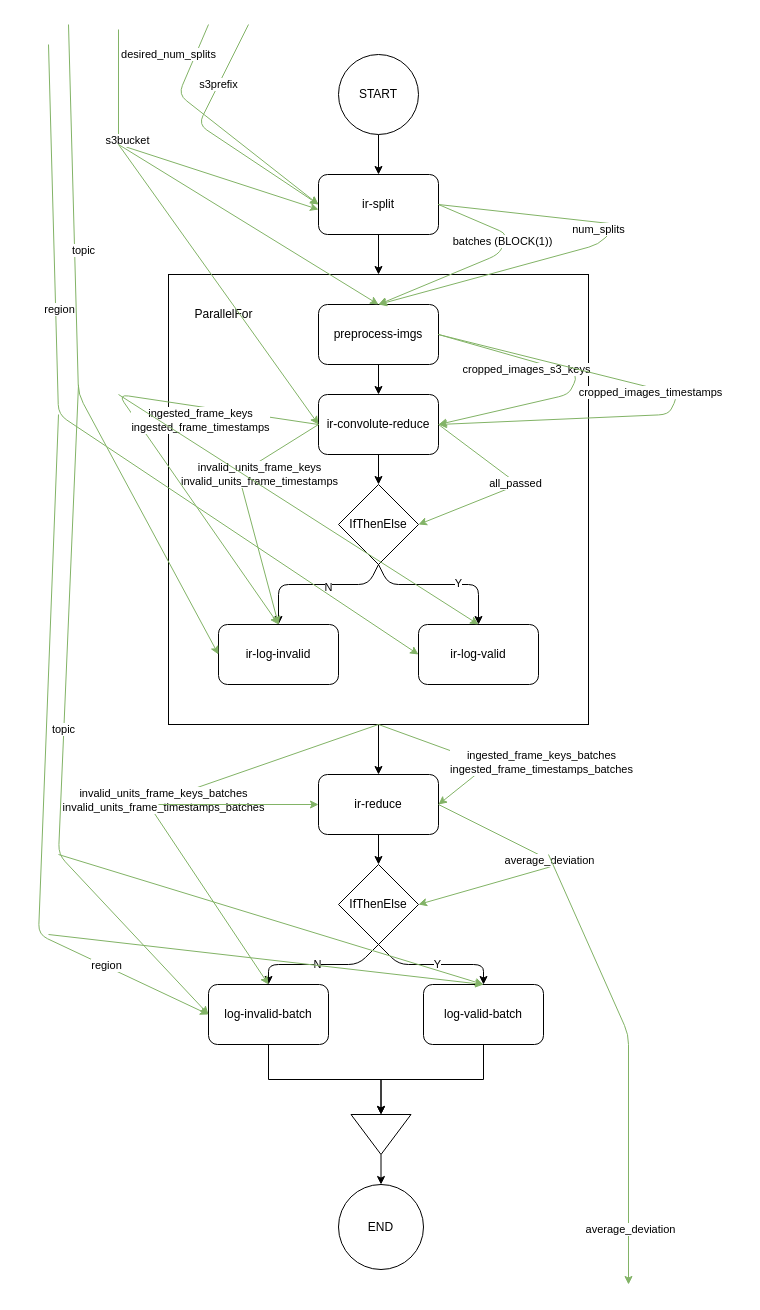
Before: diagrams/ir.drawio in gipfelen/Image-Convolution, a draw.io diagram. Source tidied: cells renumbered, new cells numbered last; positions are measured from the earlier drawing's top-left corner, leaving out a move shared by most shapes. Both pictures are drawn from the tidied source at 100%, with x=0, y=0 at pixel (38, 24).
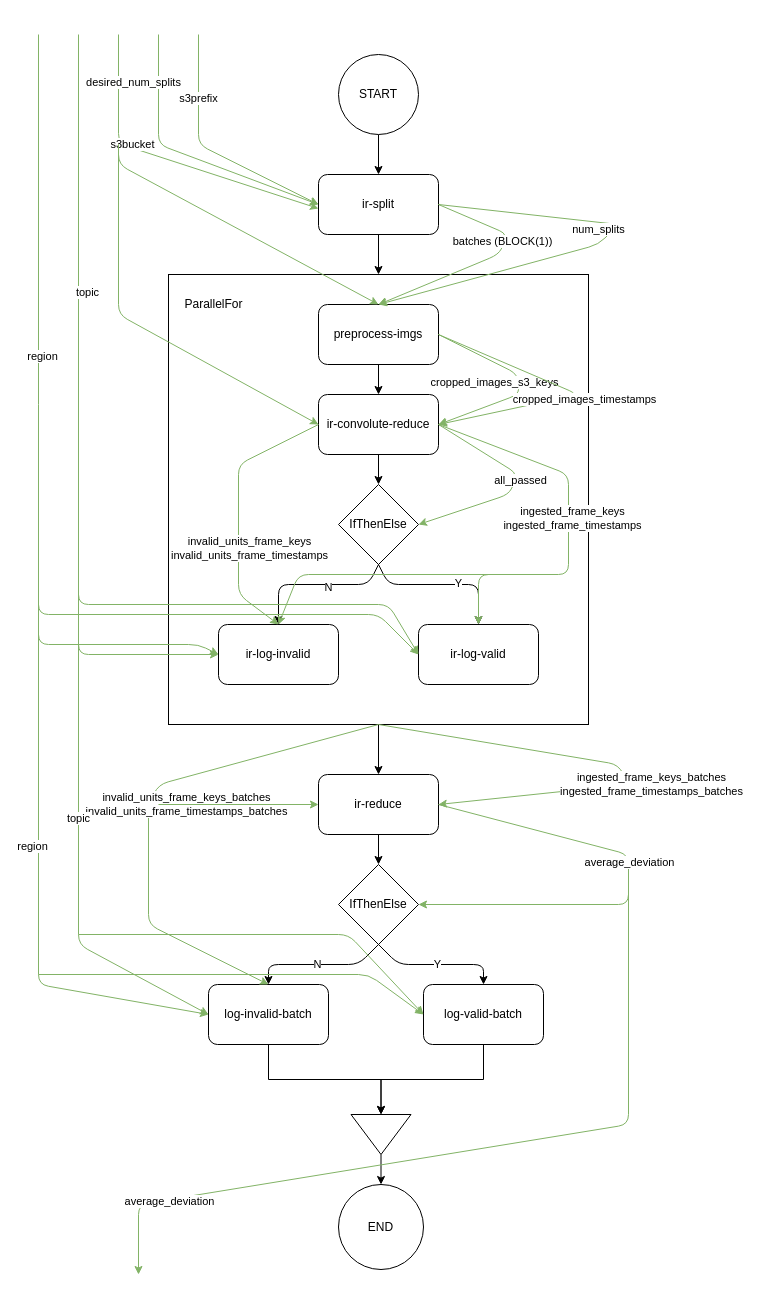
The same diagram, later.

Unchanged cells that the change refers to:
```xml
<mxCell id="3" style="rounded=0;whiteSpace=wrap;html=1;" parent="1" vertex="1">
  <mxGeometry x="130" y="250" width="420" height="450" as="geometry" />
</mxCell>
<mxCell id="7" value="preprocess-imgs" style="rounded=1;whiteSpace=wrap;html=1;" parent="1" vertex="1">
  <mxGeometry x="280" y="280" width="120" height="60" as="geometry" />
</mxCell>
<mxCell id="8" value="ir-log-invalid" style="rounded=1;whiteSpace=wrap;html=1;" parent="1" vertex="1">
  <mxGeometry x="180" y="600" width="120" height="60" as="geometry" />
</mxCell>
<mxCell id="10" value="ir-reduce" style="rounded=1;whiteSpace=wrap;html=1;" parent="1" vertex="1">
  <mxGeometry x="280" y="750" width="120" height="60" as="geometry" />
</mxCell>
<mxCell id="12" value="IfThenElse" style="rhombus;whiteSpace=wrap;html=1;" parent="1" vertex="1">
  <mxGeometry x="300" y="460" width="80" height="80" as="geometry" />
</mxCell>
<mxCell id="13" value="ir-log-valid" style="rounded=1;whiteSpace=wrap;html=1;" parent="1" vertex="1">
  <mxGeometry x="380" y="600" width="120" height="60" as="geometry" />
</mxCell>
<mxCell id="19" value="ir-split" style="rounded=1;whiteSpace=wrap;html=1;" parent="1" vertex="1">
  <mxGeometry x="280" y="150" width="120" height="60" as="geometry" />
</mxCell>
<mxCell id="22" value="ir-convolute-reduce" style="rounded=1;whiteSpace=wrap;html=1;" parent="1" vertex="1">
  <mxGeometry x="280" y="370" width="120" height="60" as="geometry" />
</mxCell>
<mxCell id="23" value="IfThenElse" style="rhombus;whiteSpace=wrap;html=1;" parent="1" vertex="1">
  <mxGeometry x="300" y="840" width="80" height="80" as="geometry" />
</mxCell>
<mxCell id="25" value="log-valid-batch" style="rounded=1;whiteSpace=wrap;html=1;" parent="1" vertex="1">
  <mxGeometry x="385" y="960" width="120" height="60" as="geometry" />
</mxCell>
<mxCell id="27" value="log-invalid-batch" style="rounded=1;whiteSpace=wrap;html=1;" parent="1" vertex="1">
  <mxGeometry x="170" y="960" width="120" height="60" as="geometry" />
</mxCell>
```

The edit, as a diff of the source:
```diff
@@
     <mxCell id="20" value="ParallelFor" style="text;html=1;align=center;verticalAlign=middle;" parent="1" vertex="1">
-      <mxGeometry x="150" y="280" width="70" height="20" as="geometry" />
+      <mxGeometry x="140" y="270" width="70" height="20" as="geometry" />
     </mxCell>
@@
-    <mxCell id="31" style="triangle;whiteSpace=wrap;html=1;rotation=90;" parent="1" vertex="1">
-      <mxGeometry x="322.5" y="1080" width="40" height="60" as="geometry" />
-    </mxCell>
     <mxCell id="32" value="s3bucket" style="endArrow=classic;html=1;entryX=0;entryY=0.5;entryDx=0;entryDy=0;fillColor=#d5e8d4;strokeColor=#82b366;" parent="1" edge="1">
-      <mxGeometry x="-0.32" y="9" relative="1" as="geometry">
-        <mxPoint x="80" y="5" as="sourcePoint" />
-        <mxPoint x="280" y="185" as="targetPoint" />
+      <mxGeometry x="-0.23" y="3" relative="1" as="geometry">
+        <mxPoint x="80" y="10" as="sourcePoint" />
+        <mxPoint x="280" y="184" as="targetPoint" />
         <Array as="points">
-          <mxPoint x="80" y="120" />
+          <mxPoint x="80" y="119" />
         </Array>
       </mxGeometry>
     </mxCell>
     <mxCell id="33" value="desired_num_splits" style="endArrow=classic;html=1;entryX=0;entryY=0.5;entryDx=0;entryDy=0;fillColor=#d5e8d4;strokeColor=#82b366;" parent="1" edge="1" target="19">
       <mxGeometry x="-0.66" y="-25" relative="1" as="geometry">
-        <mxPoint x="170" as="sourcePoint" />
+        <mxPoint x="120" y="10" as="sourcePoint" />
         <Array as="points">
-          <mxPoint x="140" y="70" />
+          <mxPoint x="120" y="120" />
         </Array>
       </mxGeometry>
     </mxCell>
     <mxCell id="34" style="endArrow=classic;html=1;entryX=0;entryY=0.5;entryDx=0;entryDy=0;fillColor=#d5e8d4;strokeColor=#82b366;" parent="1" edge="1" target="19">
       <mxGeometry relative="1" as="geometry">
-        <mxPoint x="210" as="sourcePoint" />
+        <mxPoint x="160" y="10" as="sourcePoint" />
         <Array as="points">
-          <mxPoint x="160" y="100" />
+          <mxPoint x="160" y="120" />
         </Array>
       </mxGeometry>
     </mxCell>
@@
     <mxCell id="40" style="endArrow=classic;html=1;entryX=0.5;entryY=0;entryDx=0;entryDy=0;fillColor=#d5e8d4;strokeColor=#82b366;" parent="1" edge="1" target="7">
       <mxGeometry relative="1" as="geometry">
         <mxPoint x="80" y="120" as="sourcePoint" />
+        <Array as="points">
+          <mxPoint x="80" y="140" />
+        </Array>
       </mxGeometry>
     </mxCell>
     <mxCell id="41" style="endArrow=classic;html=1;entryX=0;entryY=0.5;entryDx=0;entryDy=0;fillColor=#d5e8d4;strokeColor=#82b366;" parent="1" edge="1" target="22">
       <mxGeometry relative="1" as="geometry">
         <mxPoint x="80" y="120" as="sourcePoint" />
+        <Array as="points">
+          <mxPoint x="80" y="290" />
+        </Array>
       </mxGeometry>
     </mxCell>
     <mxCell id="42" style="endArrow=classic;html=1;exitX=1;exitY=0.5;exitDx=0;exitDy=0;entryX=1;entryY=0.5;entryDx=0;entryDy=0;fillColor=#d5e8d4;strokeColor=#82b366;" parent="1" edge="1" source="7" target="22">
       <mxGeometry relative="1" as="geometry">
         <Array as="points">
-          <mxPoint x="540" y="350" />
-          <mxPoint x="530" y="370" />
+          <mxPoint x="480" y="350" />
+          <mxPoint x="480" y="370" />
         </Array>
       </mxGeometry>
     </mxCell>
     <mxCell id="43" value="cropped_images_s3_keys" style="edgeLabel;html=1;align=center;verticalAlign=middle;" parent="42" vertex="1">
       <mxGeometry x="-0.39" y="-2" relative="1" as="geometry">
-        <mxPoint y="7" as="offset" />
+        <mxPoint x="4" y="19" as="offset" />
       </mxGeometry>
     </mxCell>
     <mxCell id="44" style="endArrow=classic;html=1;exitX=1;exitY=0.5;exitDx=0;exitDy=0;entryX=1;entryY=0.5;entryDx=0;entryDy=0;fillColor=#d5e8d4;strokeColor=#82b366;" parent="1" edge="1" source="7" target="22">
       <mxGeometry relative="1" as="geometry">
         <Array as="points">
-          <mxPoint x="640" y="370" />
-          <mxPoint x="630" y="390" />
+          <mxPoint x="540" y="370" />
         </Array>
       </mxGeometry>
     </mxCell>
     <mxCell id="45" value="cropped_images_timestamps" style="edgeLabel;html=1;align=center;verticalAlign=middle;" parent="44" vertex="1">
       <mxGeometry x="-0.39" y="-2" relative="1" as="geometry">
-        <mxPoint x="65" y="19" as="offset" />
+        <mxPoint x="64" y="27" as="offset" />
       </mxGeometry>
     </mxCell>
     <mxCell id="46" style="endArrow=classic;html=1;exitX=1;exitY=0.5;exitDx=0;exitDy=0;fillColor=#d5e8d4;strokeColor=#82b366;entryX=1;entryY=0.5;entryDx=0;entryDy=0;" parent="1" edge="1" source="22" target="12">
       <mxGeometry relative="1" as="geometry">
         <Array as="points">
-          <mxPoint x="480" y="460" />
+          <mxPoint x="480" y="450" />
+          <mxPoint x="470" y="470" />
         </Array>
       </mxGeometry>
     </mxCell>
@@
     <mxCell id="48" value="topic" style="endArrow=classic;html=1;fillColor=#d5e8d4;strokeColor=#82b366;entryX=0;entryY=0.5;entryDx=0;entryDy=0;" parent="1" edge="1" target="8">
       <mxGeometry x="-0.32" y="9" relative="1" as="geometry">
-        <mxPoint x="30" as="sourcePoint" />
+        <mxPoint x="40" y="10" as="sourcePoint" />
         <Array as="points">
-          <mxPoint x="40" y="370" />
+          <mxPoint x="40" y="550" />
+          <mxPoint x="40" y="630" />
         </Array>
       </mxGeometry>
     </mxCell>
     <mxCell id="49" value="region" style="endArrow=classic;html=1;fillColor=#d5e8d4;strokeColor=#82b366;entryX=0;entryY=0.5;entryDx=0;entryDy=0;" parent="1" edge="1" target="13">
       <mxGeometry x="-0.34" y="4" relative="1" as="geometry">
-        <mxPoint x="10" y="20" as="sourcePoint" />
+        <mxPoint y="10" as="sourcePoint" />
         <Array as="points">
-          <mxPoint x="20" y="390" />
+          <mxPoint y="390" />
+          <mxPoint y="590" />
+          <mxPoint x="340" y="590" />
         </Array>
       </mxGeometry>
     </mxCell>
-    <mxCell id="50" style="endArrow=classic;html=1;exitX=0;exitY=0.5;exitDx=0;exitDy=0;fillColor=#d5e8d4;strokeColor=#82b366;entryX=0.5;entryY=0;entryDx=0;entryDy=0;" parent="1" edge="1" source="22" target="8">
+    <mxCell id="50" style="endArrow=classic;html=1;exitX=1;exitY=0.5;exitDx=0;exitDy=0;fillColor=#d5e8d4;strokeColor=#82b366;entryX=0.5;entryY=0;entryDx=0;entryDy=0;" parent="1" edge="1" source="22" target="8">
       <mxGeometry relative="1" as="geometry">
         <Array as="points">
-          <mxPoint x="200" y="450" />
+          <mxPoint x="530" y="450" />
+          <mxPoint x="530" y="550" />
+          <mxPoint x="260" y="550" />
         </Array>
       </mxGeometry>
     </mxCell>
-    <mxCell id="51" value="invalid_units_frame_keys&lt;br&gt;invalid_units_frame_timestamps" style="edgeLabel;html=1;align=center;verticalAlign=middle;" parent="50" vertex="1">
+    <mxCell id="51" value="ingested_frame_keys&lt;br&gt;ingested_frame_timestamps" style="edgeLabel;html=1;align=center;verticalAlign=middle;" parent="50" vertex="1">
       <mxGeometry x="-0.39" y="-2" relative="1" as="geometry">
         <mxPoint x="5.9" y="11.2" as="offset" />
       </mxGeometry>
     </mxCell>
     <mxCell id="52" style="endArrow=classic;html=1;exitX=0;exitY=0.5;exitDx=0;exitDy=0;fillColor=#d5e8d4;strokeColor=#82b366;entryX=0.5;entryY=0;entryDx=0;entryDy=0;" parent="1" edge="1" source="22" target="8">
       <mxGeometry relative="1" as="geometry">
         <Array as="points">
-          <mxPoint x="80" y="370" />
+          <mxPoint x="200" y="440" />
+          <mxPoint x="200" y="570" />
         </Array>
       </mxGeometry>
     </mxCell>
-    <mxCell id="53" value="ingested_frame_keys&lt;br&gt;ingested_frame_timestamps" style="edgeLabel;html=1;align=center;verticalAlign=middle;" parent="52" vertex="1">
+    <mxCell id="53" value="invalid_units_frame_keys&lt;br&gt;invalid_units_frame_timestamps" style="edgeLabel;html=1;align=center;verticalAlign=middle;" parent="52" vertex="1">
       <mxGeometry x="-0.39" y="-2" relative="1" as="geometry">
-        <mxPoint x="27" y="19" as="offset" />
+        <mxPoint x="5" y="89" as="offset" />
       </mxGeometry>
     </mxCell>
-    <mxCell id="54" style="endArrow=classic;html=1;entryX=0.5;entryY=0;entryDx=0;entryDy=0;fillColor=#d5e8d4;strokeColor=#82b366;" parent="1" edge="1" target="13">
-      <mxGeometry relative="1" as="geometry">
-        <mxPoint x="80" y="370" as="sourcePoint" />
-      </mxGeometry>
-    </mxCell>
     <mxCell id="55" style="endArrow=classic;html=1;exitX=1;exitY=0.5;exitDx=0;exitDy=0;entryX=1;entryY=0.5;entryDx=0;entryDy=0;fillColor=#d5e8d4;strokeColor=#82b366;" parent="1" edge="1" source="10" target="23">
       <mxGeometry relative="1" as="geometry">
         <Array as="points">
-          <mxPoint x="520" y="840" />
+          <mxPoint x="590" y="830" />
+          <mxPoint x="590" y="880" />
         </Array>
       </mxGeometry>
     </mxCell>
     <mxCell id="56" value="average_deviation" style="edgeLabel;html=1;align=center;verticalAlign=middle;" parent="55" vertex="1">
-      <mxGeometry x="-0.12" relative="1" as="geometry" />
+      <mxGeometry x="-0.12" relative="1" as="geometry">
+        <mxPoint y="3" as="offset" />
+      </mxGeometry>
     </mxCell>
     <mxCell id="57" style="endArrow=classic;html=1;exitX=0.5;exitY=1;exitDx=0;exitDy=0;fillColor=#d5e8d4;strokeColor=#82b366;" parent="1" edge="1" source="3">
       <mxGeometry relative="1" as="geometry">
         <mxPoint x="230" y="960" as="targetPoint" />
         <Array as="points">
+          <mxPoint x="120" y="760" />
           <mxPoint x="110" y="780" />
+          <mxPoint x="110" y="900" />
         </Array>
       </mxGeometry>
     </mxCell>
     <mxCell id="58" value="invalid_units_frame_keys_batches&lt;br&gt;invalid_units_frame_timestamps_batches" style="edgeLabel;html=1;align=center;verticalAlign=middle;" parent="57" vertex="1">
-      <mxGeometry x="-0.01" y="1" relative="1" as="geometry" />
+      <mxGeometry x="-0.01" y="1" relative="1" as="geometry">
+        <mxPoint x="36" as="offset" />
+      </mxGeometry>
     </mxCell>
     <mxCell id="59" style="endArrow=classic;html=1;entryX=0;entryY=0.5;entryDx=0;entryDy=0;fillColor=#d5e8d4;strokeColor=#82b366;" parent="1" edge="1" target="27">
       <mxGeometry relative="1" as="geometry">
-        <mxPoint x="20" y="390" as="sourcePoint" />
+        <mxPoint y="390" as="sourcePoint" />
         <Array as="points">
-          <mxPoint y="910" />
+          <mxPoint y="960" />
         </Array>
       </mxGeometry>
     </mxCell>
     <mxCell id="60" value="region" style="edgeLabel;html=1;align=center;verticalAlign=middle;" parent="59" vertex="1">
-      <mxGeometry x="0.68" y="1" relative="1" as="geometry" />
+      <mxGeometry x="0.68" y="1" relative="1" as="geometry">
+        <mxPoint x="-59.5" y="-146.5" as="offset" />
+      </mxGeometry>
     </mxCell>
     <mxCell id="61" value="topic" style="endArrow=classic;html=1;entryX=0;entryY=0.5;entryDx=0;entryDy=0;fillColor=#d5e8d4;strokeColor=#82b366;" parent="1" edge="1" target="27">
       <mxGeometry relative="1" as="geometry">
-        <mxPoint x="40" y="360" as="sourcePoint" />
+        <mxPoint x="40" y="520" as="sourcePoint" />
         <Array as="points">
-          <mxPoint x="20" y="830" />
+          <mxPoint x="40" y="920" />
         </Array>
       </mxGeometry>
     </mxCell>
-    <mxCell id="62" style="endArrow=classic;html=1;entryX=0.5;entryY=0;entryDx=0;entryDy=0;fillColor=#d5e8d4;strokeColor=#82b366;" parent="1" edge="1" target="25">
+    <mxCell id="62" style="endArrow=classic;html=1;entryX=0;entryY=0.5;entryDx=0;entryDy=0;fillColor=#d5e8d4;strokeColor=#82b366;" parent="1" edge="1" target="25">
       <mxGeometry relative="1" as="geometry">
-        <mxPoint x="20" y="830" as="sourcePoint" />
+        <mxPoint y="950" as="sourcePoint" />
+        <Array as="points">
+          <mxPoint x="330" y="950" />
+        </Array>
       </mxGeometry>
     </mxCell>
-    <mxCell id="63" style="endArrow=classic;html=1;entryX=0.5;entryY=0;entryDx=0;entryDy=0;fillColor=#d5e8d4;strokeColor=#82b366;" parent="1" edge="1" target="25">
+    <mxCell id="63" style="endArrow=classic;html=1;entryX=0;entryY=0.5;entryDx=0;entryDy=0;fillColor=#d5e8d4;strokeColor=#82b366;" parent="1" edge="1" target="25">
       <mxGeometry relative="1" as="geometry">
-        <mxPoint x="10" y="910" as="sourcePoint" />
+        <mxPoint x="40" y="910" as="sourcePoint" />
+        <Array as="points">
+          <mxPoint x="310" y="910" />
+        </Array>
       </mxGeometry>
     </mxCell>
     <mxCell id="64" style="endArrow=classic;html=1;fillColor=#d5e8d4;strokeColor=#82b366;" parent="1" edge="1">
       <mxGeometry relative="1" as="geometry">
-        <mxPoint x="510" y="830" as="sourcePoint" />
-        <mxPoint x="590" y="1260" as="targetPoint" />
+        <mxPoint x="590" y="860" as="sourcePoint" />
+        <mxPoint x="100" y="1250" as="targetPoint" />
         <Array as="points">
-          <mxPoint x="590" y="1010" />
+          <mxPoint x="590" y="1100" />
+          <mxPoint x="100" y="1180" />
         </Array>
       </mxGeometry>
     </mxCell>
@@
     <mxCell id="67" style="endArrow=classic;html=1;exitX=0.5;exitY=1;exitDx=0;exitDy=0;entryX=1;entryY=0.5;entryDx=0;entryDy=0;fillColor=#d5e8d4;strokeColor=#82b366;" parent="1" edge="1" source="3" target="10">
       <mxGeometry relative="1" as="geometry">
         <Array as="points">
-          <mxPoint x="450" y="740" />
+          <mxPoint x="580" y="740" />
+          <mxPoint x="590" y="760" />
         </Array>
       </mxGeometry>
     </mxCell>
     <mxCell id="68" value="ingested_frame_keys_batches&lt;br&gt;ingested_frame_timestamps_batches" style="edgeLabel;html=1;align=center;verticalAlign=middle;" parent="67" vertex="1">
       <mxGeometry x="0.1" relative="1" as="geometry">
-        <mxPoint x="69" y="3" as="offset" />
+        <mxPoint x="29" y="13" as="offset" />
       </mxGeometry>
     </mxCell>
+    <mxCell id="69" style="endArrow=classic;html=1;entryX=0.5;entryY=0;entryDx=0;entryDy=0;fillColor=#d5e8d4;strokeColor=#82b366;" parent="1" edge="1" target="13">
+      <mxGeometry relative="1" as="geometry">
+        <mxPoint x="480" y="550" as="sourcePoint" />
+        <Array as="points">
+          <mxPoint x="440" y="550" />
+        </Array>
+      </mxGeometry>
+    </mxCell>
+    <mxCell id="70" style="endArrow=classic;html=1;entryX=0;entryY=0.5;entryDx=0;entryDy=0;fillColor=#d5e8d4;strokeColor=#82b366;" parent="1" edge="1" target="13">
+      <mxGeometry relative="1" as="geometry">
+        <mxPoint x="40" y="560" as="sourcePoint" />
+        <Array as="points">
+          <mxPoint x="40" y="580" />
+          <mxPoint x="350" y="580" />
+        </Array>
+      </mxGeometry>
+    </mxCell>
+    <mxCell id="71" style="endArrow=classic;html=1;entryX=0;entryY=0.5;entryDx=0;entryDy=0;fillColor=#d5e8d4;strokeColor=#82b366;" parent="1" edge="1" target="8">
+      <mxGeometry relative="1" as="geometry">
+        <mxPoint y="600" as="sourcePoint" />
+        <Array as="points">
+          <mxPoint y="620" />
+          <mxPoint x="160" y="620" />
+        </Array>
+      </mxGeometry>
+    </mxCell>
+    <mxCell id="31" style="triangle;whiteSpace=wrap;html=1;rotation=90;" parent="1" vertex="1">
+      <mxGeometry x="322.5" y="1080" width="40" height="60" as="geometry" />
+    </mxCell>
```
